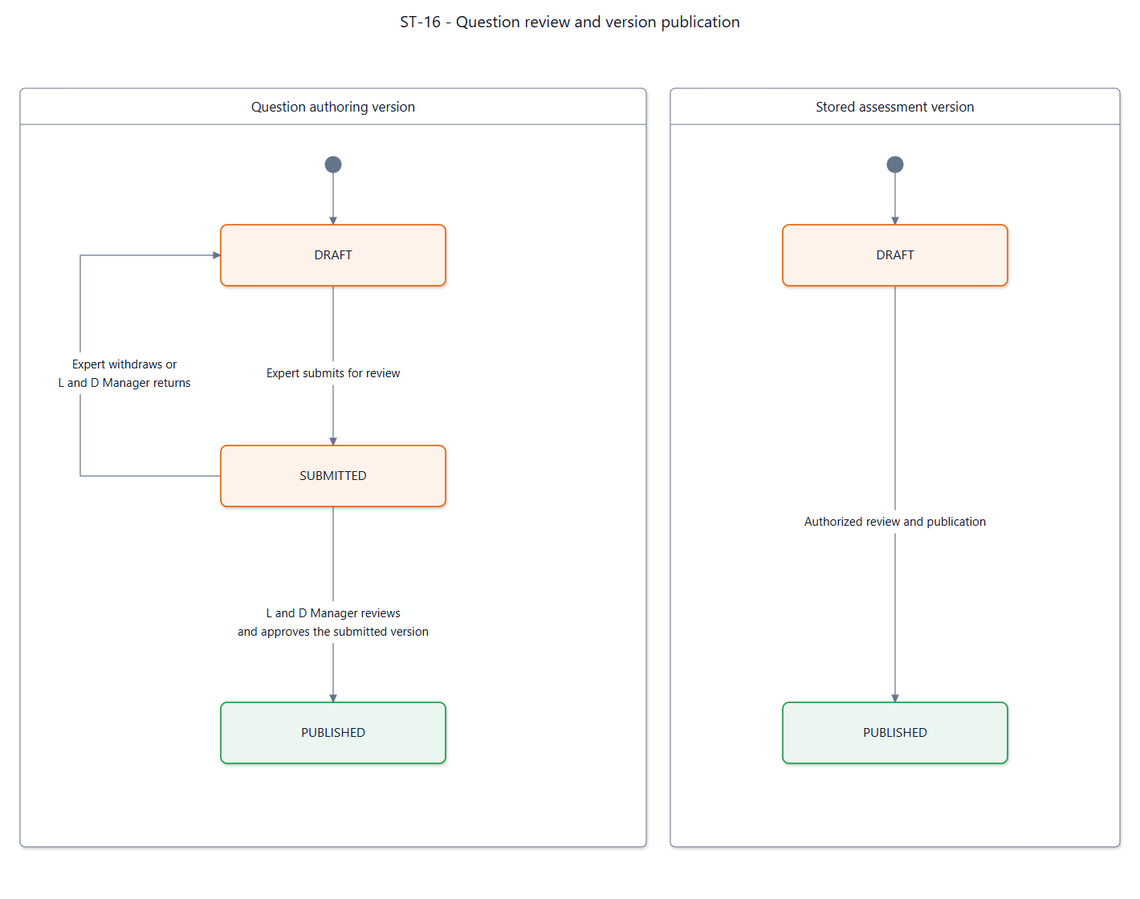
Before: documents/diagrams/mermaid/st-16.png, a diagram exported from Mermaid (SEP490-Fall-2026-GFA26SE64/SEP490). Its source is kept beside it as documents/diagrams/mermaid/st-16.mmd.
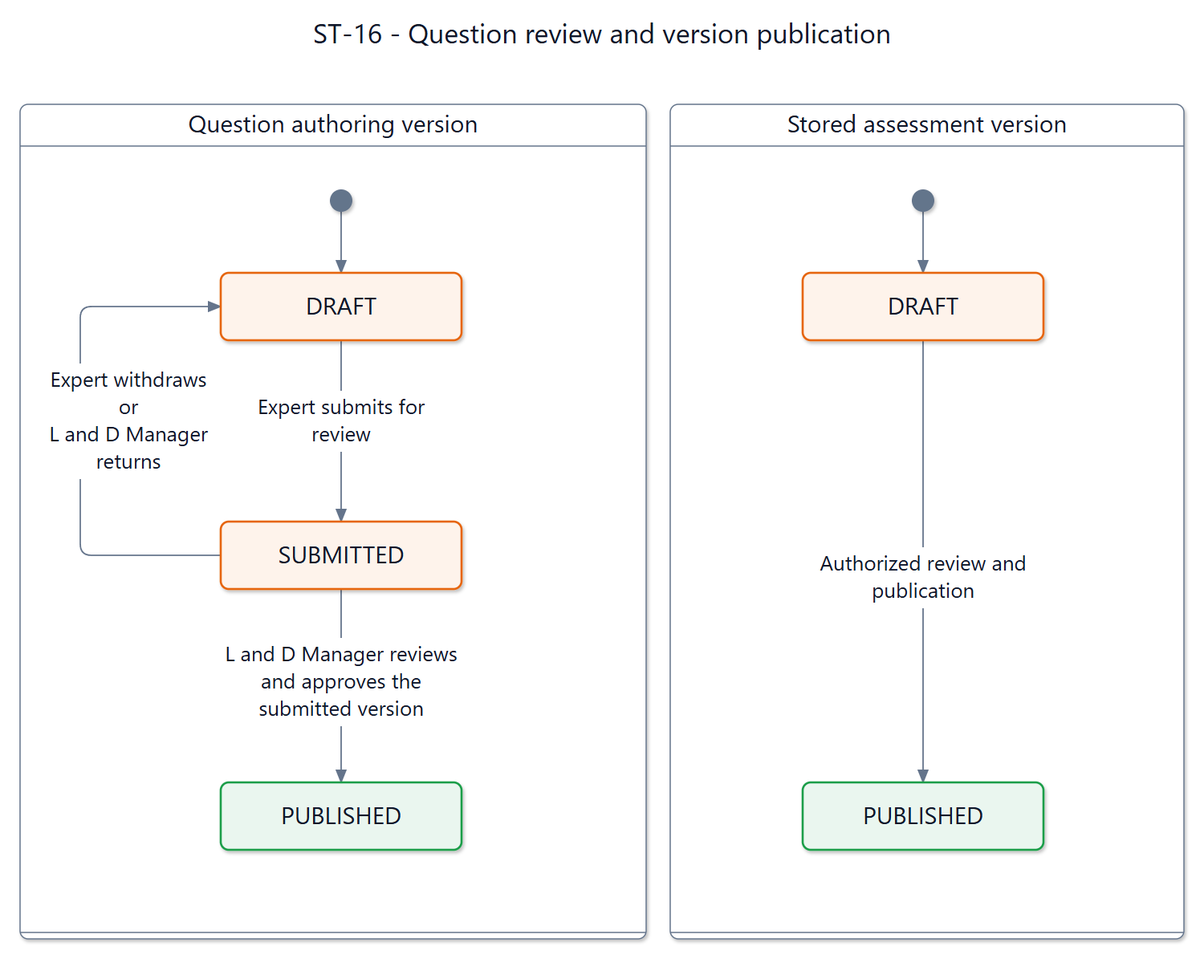
After the commit.

The edit, as a diff of the source:
```diff
@@ -1,16 +1,28 @@
 ---
-title: "ST-16 - Question/assessment version publication (physical foundation)"
+title: "ST-16 - Question review and version publication"
 config: {"theme":"base","fontFamily":"Segoe UI, Arial, sans-serif","themeVariables":{"fontFamily":"Segoe UI, Arial, sans-serif","fontSize":"16px","primaryColor":"#ffffff","primaryTextColor":"#0f1729","primaryBorderColor":"#64748b","secondaryColor":"#fef3eb","tertiaryColor":"#ffffff","lineColor":"#64748b","textColor":"#0f1729","mainBkg":"#ffffff","background":"#ffffff","clusterBkg":"#ffffff","clusterBorder":"#64748b","edgeLabelBackground":"#ffffff","titleColor":"#0f1729","noteBkgColor":"#fef3eb","noteTextColor":"#0f1729","noteBorderColor":"#e6650f","labelColor":"#0f1729","compositeBackground":"#ffffff","compositeTitleBackground":"#ffffff","compositeBorder":"#64748b","altBackground":"#ffffff","nodeBorder":"#64748b","nodeTextColor":"#0f1729","cScale0":"#ffffff","cScaleLabel0":"#0f1729","cScale1":"#ffffff","cScaleLabel1":"#0f1729","cScale2":"#ffffff","cScaleLabel2":"#0f1729","cScale3":"#ffffff","cScaleLabel3":"#0f1729","cScale4":"#ffffff","cScaleLabel4":"#0f1729","cScale5":"#ffffff","cScaleLabel5":"#0f1729","cScale6":"#ffffff","cScaleLabel6":"#0f1729","cScale7":"#ffffff","cScaleLabel7":"#0f1729","cScale8":"#ffffff","cScaleLabel8":"#0f1729","cScale9":"#ffffff","cScaleLabel9":"#0f1729","cScale10":"#ffffff","cScaleLabel10":"#0f1729","cScale11":"#ffffff","cScaleLabel11":"#0f1729","secondaryBorderColor":"#64748b","tertiaryBorderColor":"#64748b","secondaryTextColor":"#0f1729","tertiaryTextColor":"#0f1729"},"state":{"nodeSpacing":42,"rankSpacing":64,"padding":16,"fontSize":16,"wrappingWidth":250}}
 ---
 stateDiagram-v2
-  state "DRAFT" as SDD_ST_16_DRAFT
-  state "PUBLISHED" as SDD_ST_16_PUBLISHED
-  [*] --> SDD_ST_16_DRAFT
-  SDD_ST_16_DRAFT --> SDD_ST_16_PUBLISHED : authorized review and publication
-  SDD_ST_16_PUBLISHED --> SDD_ST_16_PUBLISHED : retain immutable version
-
+  state "Question authoring version" as Group0 {
+    state "DRAFT" as qd
+    state "SUBMITTED" as qsub
+    state "PUBLISHED" as qpub
+    [*] --> qd
+    qd --> qsub : Expert submits for review
+    qsub --> qd : Expert withdraws or L and D Manager returns
+    qsub --> qpub : L and D Manager reviews and approves the submitted version
+  }
+  state "Stored assessment version" as Group1 {
+    state "DRAFT" as ad
+    state "PUBLISHED" as ap
+    [*] --> ad
+    ad --> ap : Authorized review and publication
+  }
   classDef accepted fill:#eaf6ef,stroke:#1a9e4a,color:#0f1729,stroke-width:1.5px
-  class SDD_ST_16_PUBLISHED accepted
-
+  classDef attention fill:#fdf2f2,stroke:#dc2828,color:#0f1729,stroke-width:1.5px
   classDef working fill:#fef3eb,stroke:#e6650f,color:#0f1729,stroke-width:1.5px
-  class SDD_ST_16_DRAFT working
+  class qd working
+  class qsub working
+  class qpub accepted
+  class ad working
+  class ap accepted
```
